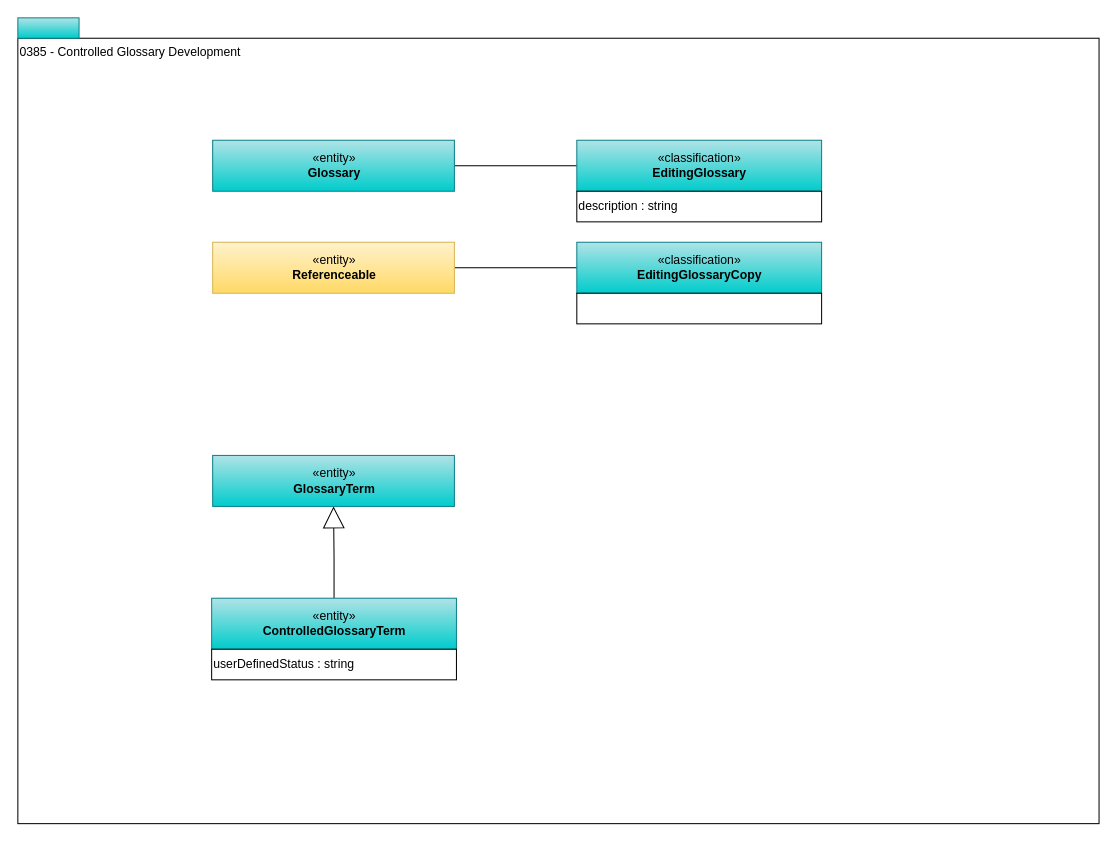
The draw.io diagram page "0385-Controlled-Glossary-Development" (11 of 14) of site/docs/types/3/area-3-glossary.drawio in odpi/egeria-docs, before the edit. Source tidied: cells renumbered, new cells numbered last; positions are measured from the earlier drawing's top-left corner, leaving out a move shared by most shapes. Both pictures are drawn from the tidied source at 102%, with x=0, y=0 at pixel (17, 17).
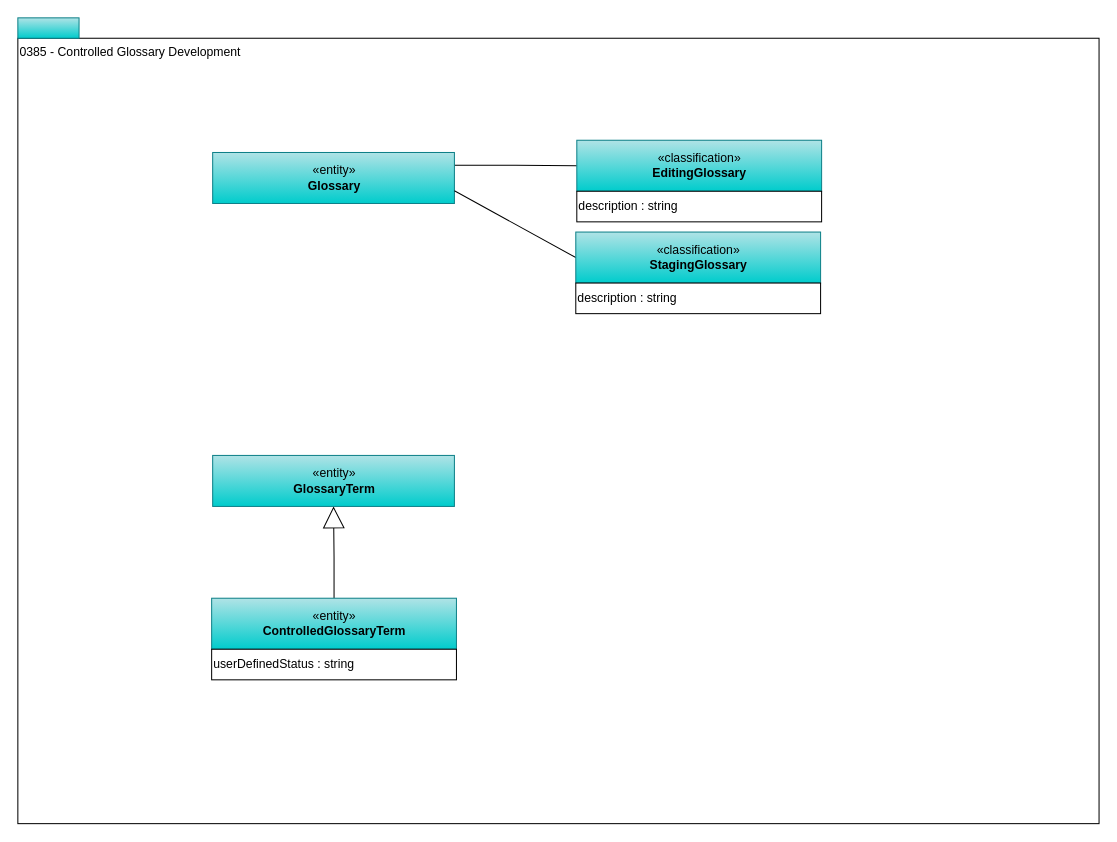
The same diagram, later.

The edit, as a diff of the source:
```diff
@@
 <mxGraphModel>
   <root>
     <mxCell id="0" />
     <mxCell id="1" parent="0" />
     <mxCell id="2" value="0385 - Controlled Glossary Development" style="rounded=0;whiteSpace=wrap;html=1;align=left;verticalAlign=top;" parent="1" vertex="1">
       <mxGeometry y="20" width="1060" height="770" as="geometry" />
     </mxCell>
     <mxCell id="3" style="rounded=0;whiteSpace=wrap;html=1;align=left;fillColor=#b0e3e6;strokeColor=#0e8088;gradientColor=#00CCCC;" parent="1" vertex="1">
       <mxGeometry width="60" height="20" as="geometry" />
     </mxCell>
     <mxCell id="4" style="edgeStyle=orthogonalEdgeStyle;rounded=0;jettySize=auto;html=1;exitX=0.5;exitY=0;exitDx=0;exitDy=0;entryX=0.5;entryY=1;entryDx=0;entryDy=0;endArrow=block;endFill=0;endSize=19;" parent="1" edge="1" source="5" target="6">
       <mxGeometry relative="1" as="geometry" />
     </mxCell>
     <mxCell id="5" value="«entity»&lt;br&gt;&lt;b&gt;ControlledGlossaryTerm&lt;/b&gt;" style="html=1;strokeColor=#0e8088;align=center;fillColor=#b0e3e6;gradientColor=#00CCCC;" parent="1" vertex="1">
       <mxGeometry x="190" y="569" width="240" height="50" as="geometry" />
     </mxCell>
     <mxCell id="6" value="«entity»&lt;br&gt;&lt;b&gt;GlossaryTerm&lt;/b&gt;" style="html=1;strokeColor=#0e8088;align=center;fillColor=#b0e3e6;gradientColor=#00CCCC;" parent="1" vertex="1">
       <mxGeometry x="191" y="429" width="237" height="50" as="geometry" />
     </mxCell>
     <mxCell id="7" value="userDefinedStatus : string&lt;br&gt;&lt;div style=&quot;text-align: left&quot;&gt;&lt;/div&gt;" style="rounded=0;whiteSpace=wrap;html=1;strokeColor=#000000;gradientColor=#ffffff;align=left;" parent="1" vertex="1">
       <mxGeometry x="190" y="619" width="240" height="30" as="geometry" />
     </mxCell>
-    <mxCell id="8" style="edgeStyle=orthogonalEdgeStyle;rounded=0;jettySize=auto;html=1;exitX=1;exitY=0.5;exitDx=0;exitDy=0;entryX=0;entryY=0.5;entryDx=0;entryDy=0;endArrow=none;endFill=0;" parent="1" edge="1" source="9" target="10">
+    <mxCell id="8" style="edgeStyle=orthogonalEdgeStyle;rounded=0;jettySize=auto;html=1;exitX=1;exitY=0.25;exitDx=0;exitDy=0;entryX=0;entryY=0.5;entryDx=0;entryDy=0;endArrow=none;endFill=0;" parent="1" edge="1" source="9" target="10">
       <mxGeometry relative="1" as="geometry" />
     </mxCell>
     <mxCell id="9" value="«entity»&lt;br&gt;&lt;b&gt;Glossary&lt;/b&gt;" style="html=1;strokeColor=#0e8088;align=center;fillColor=#b0e3e6;gradientColor=#00CCCC;" parent="1" vertex="1">
-      <mxGeometry x="191" y="120" width="237" height="50" as="geometry" />
+      <mxGeometry x="191" y="132" width="237" height="50" as="geometry" />
     </mxCell>
     <mxCell id="10" value="«classification»&lt;br&gt;&lt;b&gt;EditingGlossary&lt;/b&gt;" style="html=1;strokeColor=#0e8088;align=center;fillColor=#b0e3e6;gradientColor=#00CCCC;" parent="1" vertex="1">
       <mxGeometry x="548" y="120" width="240" height="50" as="geometry" />
     </mxCell>
     <mxCell id="11" value="description : string&lt;br&gt;&lt;div style=&quot;text-align: left&quot;&gt;&lt;/div&gt;" style="rounded=0;whiteSpace=wrap;html=1;strokeColor=#000000;gradientColor=#ffffff;align=left;" parent="1" vertex="1">
       <mxGeometry x="548" y="170" width="240" height="30" as="geometry" />
     </mxCell>
-    <mxCell id="12" style="edgeStyle=orthogonalEdgeStyle;rounded=0;jettySize=auto;html=1;exitX=1;exitY=0.5;exitDx=0;exitDy=0;entryX=0;entryY=0.5;entryDx=0;entryDy=0;endArrow=none;endFill=0;" parent="1" edge="1" source="13" target="14">
-      <mxGeometry relative="1" as="geometry" />
-    </mxCell>
-    <mxCell id="13" value="«entity»&lt;br&gt;&lt;b&gt;Referenceable&lt;/b&gt;" style="html=1;strokeColor=#d6b656;align=center;fillColor=#fff2cc;gradientColor=#ffd966;" parent="1" vertex="1">
-      <mxGeometry x="191" y="220" width="237" height="50" as="geometry" />
-    </mxCell>
+    <mxCell id="16" style="rounded=0;jettySize=auto;html=1;exitX=0;exitY=0.5;exitDx=0;exitDy=0;entryX=1;entryY=0.75;entryDx=0;entryDy=0;endArrow=none;endFill=0;" parent="1" edge="1" source="14" target="9">
+      <mxGeometry relative="1" as="geometry" />
+    </mxCell>
-    <mxCell id="14" value="«classification»&lt;br&gt;&lt;b&gt;EditingGlossaryCopy&lt;/b&gt;" style="html=1;strokeColor=#0e8088;align=center;fillColor=#b0e3e6;gradientColor=#00CCCC;" parent="1" vertex="1">
-      <mxGeometry x="548" y="220" width="240" height="50" as="geometry" />
+    <mxCell id="14" value="«classification»&lt;br&gt;&lt;b&gt;StagingGlossary&lt;/b&gt;" style="html=1;strokeColor=#0e8088;align=center;fillColor=#b0e3e6;gradientColor=#00CCCC;" parent="1" vertex="1">
+      <mxGeometry x="547" y="210" width="240" height="50" as="geometry" />
     </mxCell>
-    <mxCell id="15" value="&lt;br&gt;&lt;div style=&quot;text-align: left&quot;&gt;&lt;/div&gt;" style="rounded=0;whiteSpace=wrap;html=1;strokeColor=#000000;gradientColor=#ffffff;align=left;" parent="1" vertex="1">
-      <mxGeometry x="548" y="270" width="240" height="30" as="geometry" />
+    <mxCell id="15" value="description : string" style="rounded=0;whiteSpace=wrap;html=1;strokeColor=#000000;gradientColor=#ffffff;align=left;" parent="1" vertex="1">
+      <mxGeometry x="547" y="260" width="240" height="30" as="geometry" />
     </mxCell>
   </root>
 </mxGraphModel>
```
